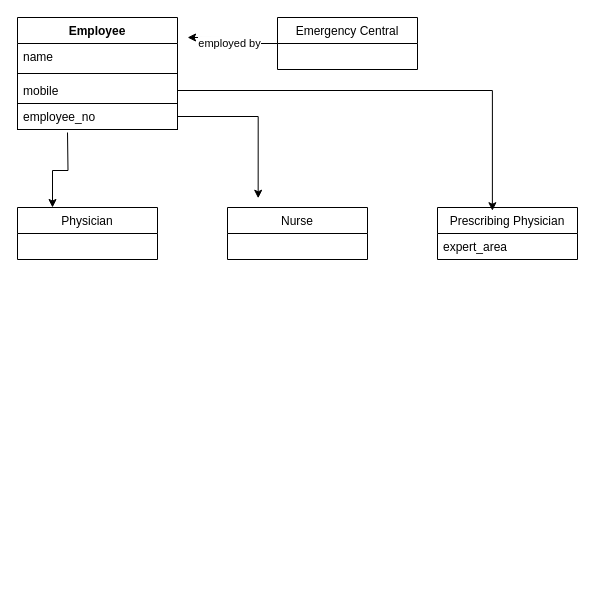
Before: Untitled Diagram.drawio in kestersimm/drawio, a draw.io diagram. Source tidied: cells renumbered, new cells numbered last; positions are measured from the earlier drawing's top-left corner, leaving out a move shared by most shapes. Both pictures are drawn from the tidied source at 100%, with x=0, y=0 at pixel (17, 17).
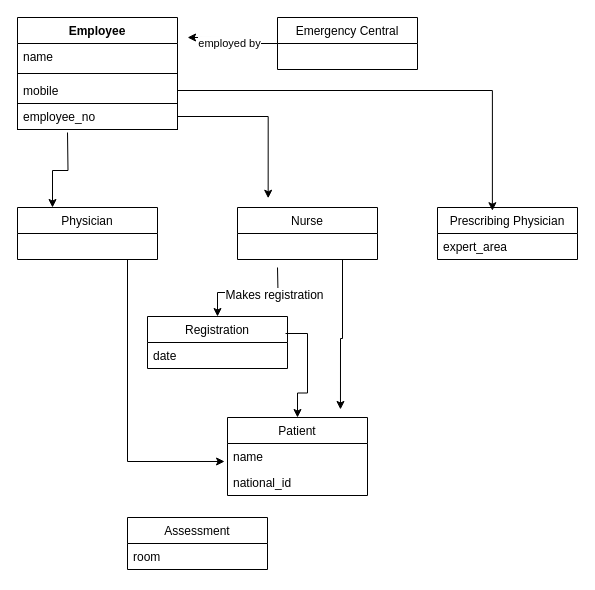
Above is the later version.

Unchanged cells that the change refers to:
```xml
<mxCell id="7" value="Physician" style="swimlane;fontStyle=0;horizontal=1;startSize=26;fillColor=none;strokeColor=#000000;" parent="1" vertex="1">
  <mxGeometry y="190" width="140" height="52" as="geometry" />
</mxCell>
```

The edit, as a diff of the source:
```diff
@@
+    <mxCell id="16" style="edgeStyle=orthogonalEdgeStyle;rounded=0;jettySize=auto;html=1;exitX=0.25;exitY=1;exitDx=0;exitDy=0;entryX=-0.021;entryY=-0.308;entryDx=0;entryDy=0;entryPerimeter=0;" parent="1" edge="1" source="7" target="24">
+      <mxGeometry relative="1" as="geometry">
+        <Array as="points">
+          <mxPoint x="110" y="242" />
+          <mxPoint x="110" y="444" />
+        </Array>
+      </mxGeometry>
+    </mxCell>
@@
+    <mxCell id="17" style="edgeStyle=orthogonalEdgeStyle;rounded=0;jettySize=auto;html=1;exitX=0.75;exitY=1;exitDx=0;exitDy=0;entryX=0.807;entryY=-0.103;entryDx=0;entryDy=0;entryPerimeter=0;" parent="1" edge="1" source="8" target="22">
+      <mxGeometry relative="1" as="geometry" />
+    </mxCell>
     <mxCell id="8" value="Nurse" style="swimlane;fontStyle=0;horizontal=1;startSize=26;fillColor=none;strokeColor=#000000;" parent="1" vertex="1">
-      <mxGeometry x="210" y="190" width="140" height="52" as="geometry" />
+      <mxGeometry x="220" y="190" width="140" height="52" as="geometry" />
     </mxCell>
@@
+    <mxCell id="18" style="edgeStyle=orthogonalEdgeStyle;rounded=0;jettySize=auto;html=1;" parent="1" edge="1" target="20">
+      <mxGeometry relative="1" as="geometry">
+        <mxPoint x="260" y="250" as="sourcePoint" />
+      </mxGeometry>
+    </mxCell>
+    <mxCell id="19" value="Makes registration" style="text;html=1;align=center;verticalAlign=middle;labelBackgroundColor=#ffffff;" parent="18" vertex="1">
+      <mxGeometry x="-0.54" y="-4" relative="1" as="geometry">
+        <mxPoint x="-4" y="6" as="offset" />
+      </mxGeometry>
+    </mxCell>
+    <mxCell id="20" value="Registration" style="swimlane;fontStyle=0;horizontal=1;startSize=26;fillColor=none;" parent="1" vertex="1">
+      <mxGeometry x="130" y="299" width="140" height="52" as="geometry" />
+    </mxCell>
+    <mxCell id="21" value="date" style="text;strokeColor=none;fillColor=none;align=left;verticalAlign=top;spacingLeft=4;spacingRight=4;overflow=hidden;points=[[0,0.5],[1,0.5]];portConstraint=eastwest;" parent="20" vertex="1">
+      <mxGeometry y="26" width="140" height="26" as="geometry" />
+    </mxCell>
+    <mxCell id="22" value="Patient" style="swimlane;fontStyle=0;horizontal=1;startSize=26;fillColor=none;" parent="1" vertex="1">
+      <mxGeometry x="210" y="400" width="140" height="78" as="geometry" />
+    </mxCell>
+    <mxCell id="23" value="name" style="text;strokeColor=none;fillColor=none;align=left;verticalAlign=top;spacingLeft=4;spacingRight=4;overflow=hidden;" parent="22" vertex="1">
+      <mxGeometry y="26" width="140" height="26" as="geometry" />
+    </mxCell>
+    <mxCell id="24" value="national_id" style="text;strokeColor=none;fillColor=none;align=left;verticalAlign=top;spacingLeft=4;spacingRight=4;overflow=hidden;points=[[0,0.5],[1,0.5]];portConstraint=eastwest;" parent="22" vertex="1">
+      <mxGeometry y="52" width="140" height="26" as="geometry" />
+    </mxCell>
+    <mxCell id="25" style="edgeStyle=orthogonalEdgeStyle;rounded=0;jettySize=auto;html=1;exitX=0.986;exitY=-0.346;exitDx=0;exitDy=0;exitPerimeter=0;" parent="1" edge="1" source="21" target="22">
+      <mxGeometry relative="1" as="geometry" />
+    </mxCell>
+    <mxCell id="26" value="Assessment" style="swimlane;fontStyle=0;horizontal=1;startSize=26;fillColor=none;" parent="1" vertex="1">
+      <mxGeometry x="110" y="500" width="140" height="52" as="geometry" />
+    </mxCell>
+    <mxCell id="27" value="room" style="text;strokeColor=none;fillColor=none;align=left;verticalAlign=top;spacingLeft=4;spacingRight=4;overflow=hidden;" parent="26" vertex="1">
+      <mxGeometry y="26" width="140" height="26" as="geometry" />
+    </mxCell>
```
